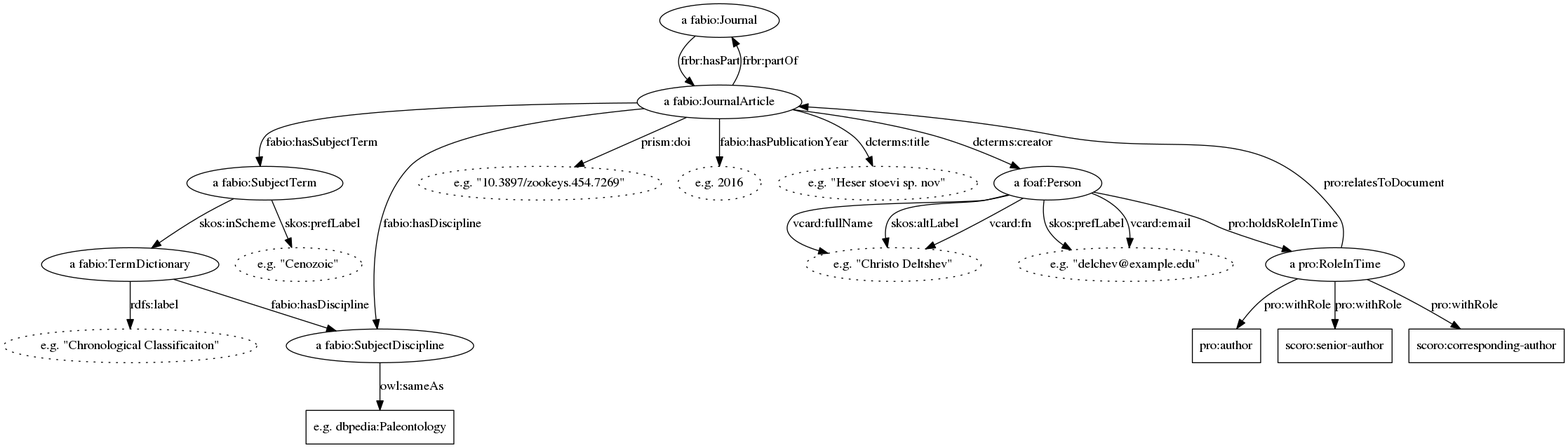
The Graphviz diagram graphviz/article_metadata.png in pensoft/OpenBiodiv, before a commit. Its source is kept beside it as graphviz/article_metadata.gv.
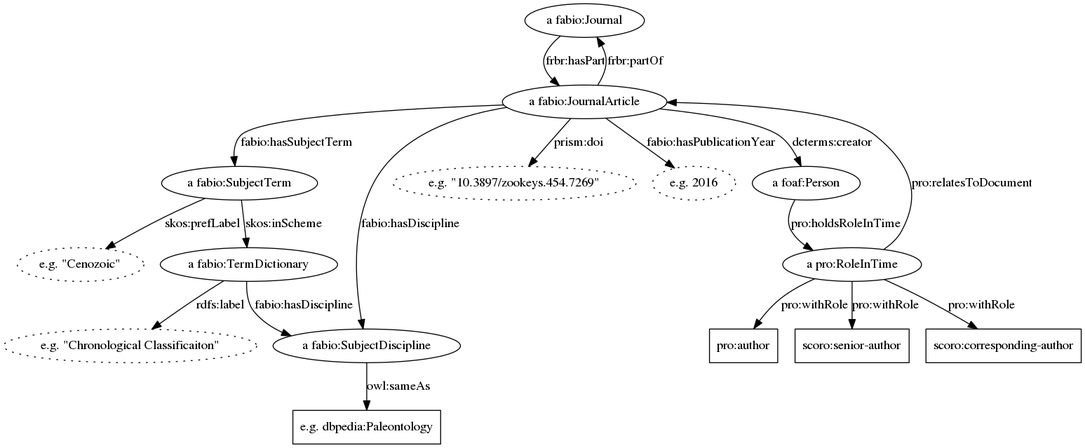
The same diagram one commit later.

Change to the diagram source:
```diff
@@ -15,14 +15,12 @@
 l8 [style=dotted,label="e.g. \"Cenozoic\""];
 l9 [style=dotted,label="e.g. \"Chronological Classificaiton\""];
 l_article10 [style=dotted,label = "e.g. 2016"];
-la11 [style=dotted,label = "e.g. \"Heser stoevi sp. nov\""];
 
 		journal1 -> article1 [label="frbr:hasPart"];
 		article1 -> l7 [label="prism:doi"];
 		article1 -> subject_term1 [label="fabio:hasSubjectTerm"];
 		article1 -> l_article10 [label="fabio:hasPublicationYear"];
 		article1 -> discipline1 [label="fabio:hasDiscipline"];
-		article1 -> la11 [label="dcterms:title"];
 		article1 -> journal1 [label="frbr:partOf"];
 
 		term_dictionary1 -> discipline1 [label="fabio:hasDiscipline"];
@@ -46,19 +44,10 @@
 
 		role2 [label="a pro:RoleInTime"];
 
-		l10[style=dotted,label="e.g. \"delchev@example.edu\""];
-		l11[style=dotted,label="e.g. \"Christo Deltshev\""];
-
 
 		article1 -> person1 [label="dcterms:creator"];
 
-		person1 -> l10 [label="skos:prefLabel"];
-		person1 -> l11 [label="vcard:fn"];
-		person1 -> l11 [label="vcard:fullName"];
-		person1 -> l10 [label="vcard:email"];
-		person1 -> l11 [label="skos:altLabel"];
-
-		person1 -> role2 [label="pro:holdsRoleInTime"];
+			person1 -> role2 [label="pro:holdsRoleInTime"];
 
 		role2 -> article1 [label="pro:relatesToDocument"];
 
```
